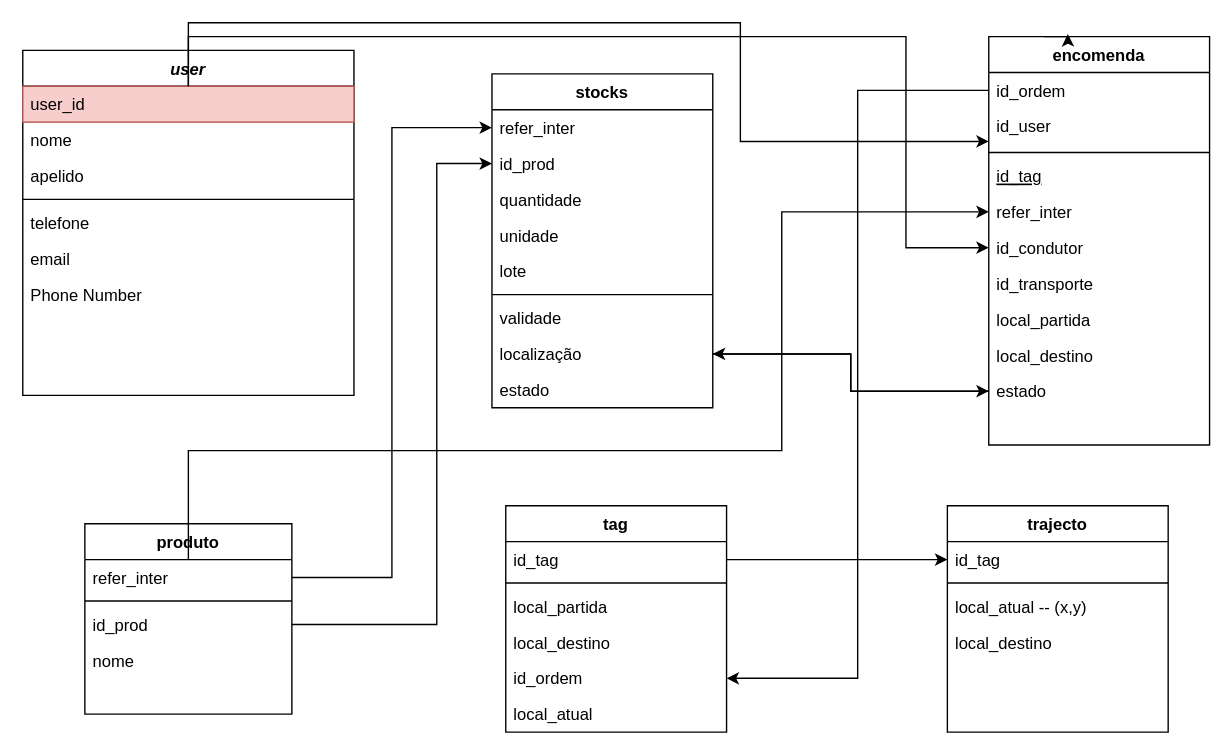
The draw.io diagram Untitled Diagram.drawio in Jammer23rd/u_project, before the edit. Source tidied: cells renumbered, new cells numbered last; positions are measured from the earlier drawing's top-left corner, leaving out a move shared by most shapes. Both pictures are drawn from the tidied source at 138%, with x=0, y=0 at pixel (22, 22).
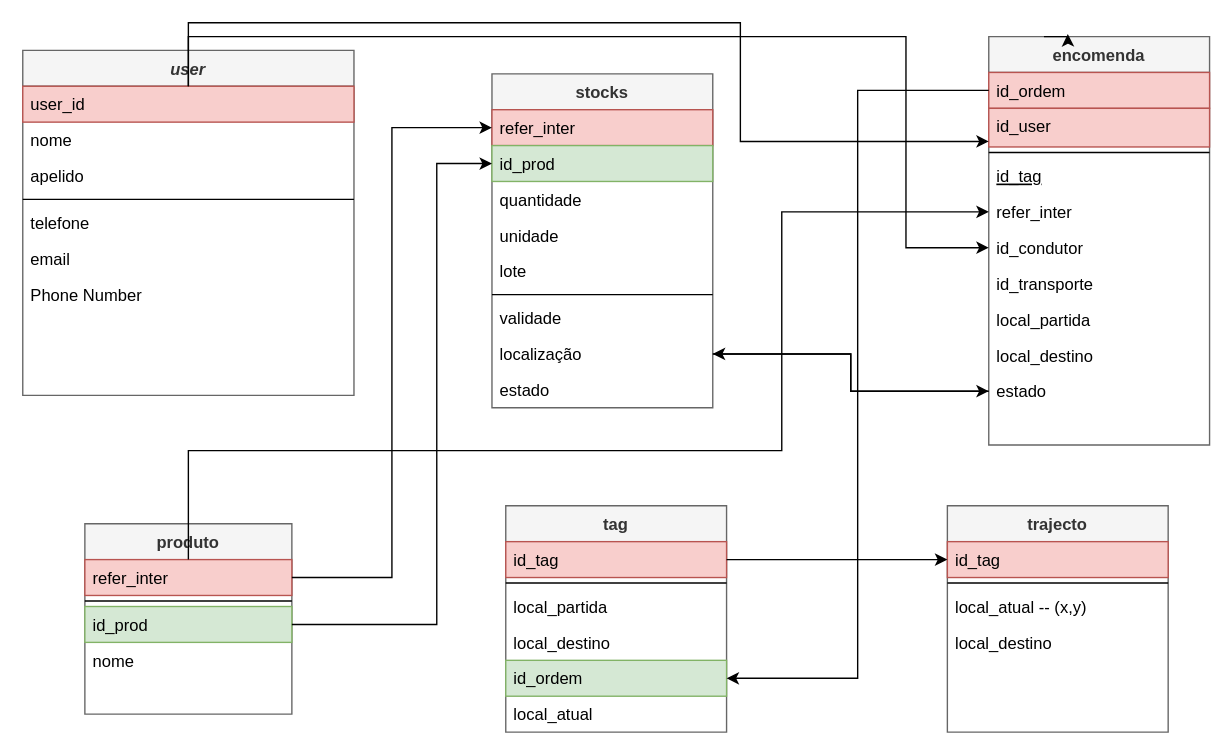
After the change.

What changed in the source:
```diff
@@
-    <mxCell id="2" value="user" style="swimlane;fontStyle=3;align=center;verticalAlign=top;horizontal=1;startSize=26;rounded=0;shadow=0;strokeWidth=1;" parent="1" vertex="1">
+    <mxCell id="2" value="user" style="swimlane;fontStyle=3;align=center;verticalAlign=top;horizontal=1;startSize=26;rounded=0;shadow=0;strokeWidth=1;fillColor=#f5f5f5;fontColor=#333333;strokeColor=#666666;" parent="1" vertex="1">
       <mxGeometry y="20" width="240" height="250" as="geometry" />
     </mxCell>
@@
-    <mxCell id="10" value="encomenda" style="swimlane;fontStyle=1;align=center;verticalAlign=top;horizontal=1;startSize=26;rounded=0;shadow=0;strokeWidth=1;" parent="1" vertex="1">
+    <mxCell id="10" value="encomenda" style="swimlane;fontStyle=1;align=center;verticalAlign=top;horizontal=1;startSize=26;rounded=0;shadow=0;strokeWidth=1;fillColor=#f5f5f5;fontColor=#333333;strokeColor=#666666;" parent="1" vertex="1">
       <mxGeometry x="700" y="10" width="160" height="296" as="geometry" />
     </mxCell>
-    <mxCell id="11" value="id_ordem" style="text;align=left;verticalAlign=top;spacingLeft=4;spacingRight=4;overflow=hidden;points=[[0,0.5],[1,0.5]];portConstraint=eastwest;" parent="10" vertex="1">
+    <mxCell id="11" value="id_ordem" style="text;align=left;verticalAlign=top;spacingLeft=4;spacingRight=4;overflow=hidden;points=[[0,0.5],[1,0.5]];portConstraint=eastwest;fillColor=#f8cecc;strokeColor=#b85450;" parent="10" vertex="1">
       <mxGeometry y="26" width="160" height="26" as="geometry" />
     </mxCell>
-    <mxCell id="12" value="id_user" style="text;align=left;verticalAlign=top;spacingLeft=4;spacingRight=4;overflow=hidden;points=[[0,0.5],[1,0.5]];portConstraint=eastwest;rounded=0;shadow=0;html=0;" parent="10" vertex="1">
+    <mxCell id="12" value="id_user" style="text;align=left;verticalAlign=top;spacingLeft=4;spacingRight=4;overflow=hidden;points=[[0,0.5],[1,0.5]];portConstraint=eastwest;rounded=0;shadow=0;html=0;fillColor=#f8cecc;strokeColor=#b85450;" parent="10" vertex="1">
       <mxGeometry y="52" width="160" height="28" as="geometry" />
     </mxCell>
@@
-    <mxCell id="21" value="tag" style="swimlane;fontStyle=1;align=center;verticalAlign=top;horizontal=1;startSize=26;rounded=0;shadow=0;strokeWidth=1;" parent="1" vertex="1">
+    <mxCell id="21" value="tag" style="swimlane;fontStyle=1;align=center;verticalAlign=top;horizontal=1;startSize=26;rounded=0;shadow=0;strokeWidth=1;fillColor=#f5f5f5;fontColor=#333333;strokeColor=#666666;" parent="1" vertex="1">
       <mxGeometry x="350" y="350" width="160" height="164" as="geometry" />
     </mxCell>
-    <mxCell id="22" value="id_tag" style="text;align=left;verticalAlign=top;spacingLeft=4;spacingRight=4;overflow=hidden;points=[[0,0.5],[1,0.5]];portConstraint=eastwest;" parent="21" vertex="1">
+    <mxCell id="22" value="id_tag" style="text;align=left;verticalAlign=top;spacingLeft=4;spacingRight=4;overflow=hidden;points=[[0,0.5],[1,0.5]];portConstraint=eastwest;fillColor=#f8cecc;strokeColor=#b85450;" parent="21" vertex="1">
       <mxGeometry y="26" width="160" height="26" as="geometry" />
     </mxCell>
@@
-    <mxCell id="26" value="id_ordem" style="text;align=left;verticalAlign=top;spacingLeft=4;spacingRight=4;overflow=hidden;points=[[0,0.5],[1,0.5]];portConstraint=eastwest;" parent="21" vertex="1">
+    <mxCell id="26" value="id_ordem" style="text;align=left;verticalAlign=top;spacingLeft=4;spacingRight=4;overflow=hidden;points=[[0,0.5],[1,0.5]];portConstraint=eastwest;fillColor=#d5e8d4;strokeColor=#82b366;" parent="21" vertex="1">
       <mxGeometry y="112" width="160" height="26" as="geometry" />
     </mxCell>
@@
-    <mxCell id="28" value="stocks" style="swimlane;fontStyle=1;align=center;verticalAlign=top;horizontal=1;startSize=26;rounded=0;shadow=0;strokeWidth=1;" parent="1" vertex="1">
+    <mxCell id="28" value="stocks" style="swimlane;fontStyle=1;align=center;verticalAlign=top;horizontal=1;startSize=26;rounded=0;shadow=0;strokeWidth=1;fillColor=#f5f5f5;fontColor=#333333;strokeColor=#666666;" parent="1" vertex="1">
       <mxGeometry x="340" y="37" width="160" height="242" as="geometry" />
     </mxCell>
-    <mxCell id="29" value="refer_inter" style="text;align=left;verticalAlign=top;spacingLeft=4;spacingRight=4;overflow=hidden;points=[[0,0.5],[1,0.5]];portConstraint=eastwest;" parent="28" vertex="1">
+    <mxCell id="29" value="refer_inter" style="text;align=left;verticalAlign=top;spacingLeft=4;spacingRight=4;overflow=hidden;points=[[0,0.5],[1,0.5]];portConstraint=eastwest;fillColor=#f8cecc;strokeColor=#b85450;" parent="28" vertex="1">
       <mxGeometry y="26" width="160" height="26" as="geometry" />
     </mxCell>
-    <mxCell id="30" value="id_prod" style="text;align=left;verticalAlign=top;spacingLeft=4;spacingRight=4;overflow=hidden;points=[[0,0.5],[1,0.5]];portConstraint=eastwest;rounded=0;shadow=0;html=0;" parent="28" vertex="1">
+    <mxCell id="30" value="id_prod" style="text;align=left;verticalAlign=top;spacingLeft=4;spacingRight=4;overflow=hidden;points=[[0,0.5],[1,0.5]];portConstraint=eastwest;rounded=0;shadow=0;html=0;fillColor=#d5e8d4;strokeColor=#82b366;" parent="28" vertex="1">
       <mxGeometry y="52" width="160" height="26" as="geometry" />
     </mxCell>
@@
-    <mxCell id="38" value="produto" style="swimlane;fontStyle=1;align=center;verticalAlign=top;horizontal=1;startSize=26;rounded=0;shadow=0;strokeWidth=1;" parent="1" vertex="1">
+    <mxCell id="38" value="produto" style="swimlane;fontStyle=1;align=center;verticalAlign=top;horizontal=1;startSize=26;rounded=0;shadow=0;strokeWidth=1;fillColor=#f5f5f5;fontColor=#333333;strokeColor=#666666;" parent="1" vertex="1">
       <mxGeometry x="45" y="363" width="150" height="138" as="geometry" />
     </mxCell>
-    <mxCell id="39" value="refer_inter" style="text;align=left;verticalAlign=top;spacingLeft=4;spacingRight=4;overflow=hidden;points=[[0,0.5],[1,0.5]];portConstraint=eastwest;" parent="38" vertex="1">
+    <mxCell id="39" value="refer_inter" style="text;align=left;verticalAlign=top;spacingLeft=4;spacingRight=4;overflow=hidden;points=[[0,0.5],[1,0.5]];portConstraint=eastwest;fillColor=#f8cecc;strokeColor=#b85450;" parent="38" vertex="1">
       <mxGeometry y="26" width="150" height="26" as="geometry" />
     </mxCell>
@@
-    <mxCell id="41" value="id_prod" style="text;align=left;verticalAlign=top;spacingLeft=4;spacingRight=4;overflow=hidden;points=[[0,0.5],[1,0.5]];portConstraint=eastwest;" parent="38" vertex="1">
+    <mxCell id="41" value="id_prod" style="text;align=left;verticalAlign=top;spacingLeft=4;spacingRight=4;overflow=hidden;points=[[0,0.5],[1,0.5]];portConstraint=eastwest;fillColor=#d5e8d4;strokeColor=#82b366;" parent="38" vertex="1">
       <mxGeometry y="60" width="150" height="26" as="geometry" />
     </mxCell>
@@
-    <mxCell id="46" value="trajecto" style="swimlane;fontStyle=1;align=center;verticalAlign=top;horizontal=1;startSize=26;rounded=0;shadow=0;strokeWidth=1;" parent="1" vertex="1">
+    <mxCell id="46" value="trajecto" style="swimlane;fontStyle=1;align=center;verticalAlign=top;horizontal=1;startSize=26;rounded=0;shadow=0;strokeWidth=1;fillColor=#f5f5f5;fontColor=#333333;strokeColor=#666666;" parent="1" vertex="1">
       <mxGeometry x="670" y="350" width="160" height="164" as="geometry" />
     </mxCell>
-    <mxCell id="47" value="id_tag" style="text;align=left;verticalAlign=top;spacingLeft=4;spacingRight=4;overflow=hidden;points=[[0,0.5],[1,0.5]];portConstraint=eastwest;" parent="46" vertex="1">
+    <mxCell id="47" value="id_tag" style="text;align=left;verticalAlign=top;spacingLeft=4;spacingRight=4;overflow=hidden;points=[[0,0.5],[1,0.5]];portConstraint=eastwest;fillColor=#f8cecc;strokeColor=#b85450;" parent="46" vertex="1">
       <mxGeometry y="26" width="160" height="26" as="geometry" />
     </mxCell>
```
